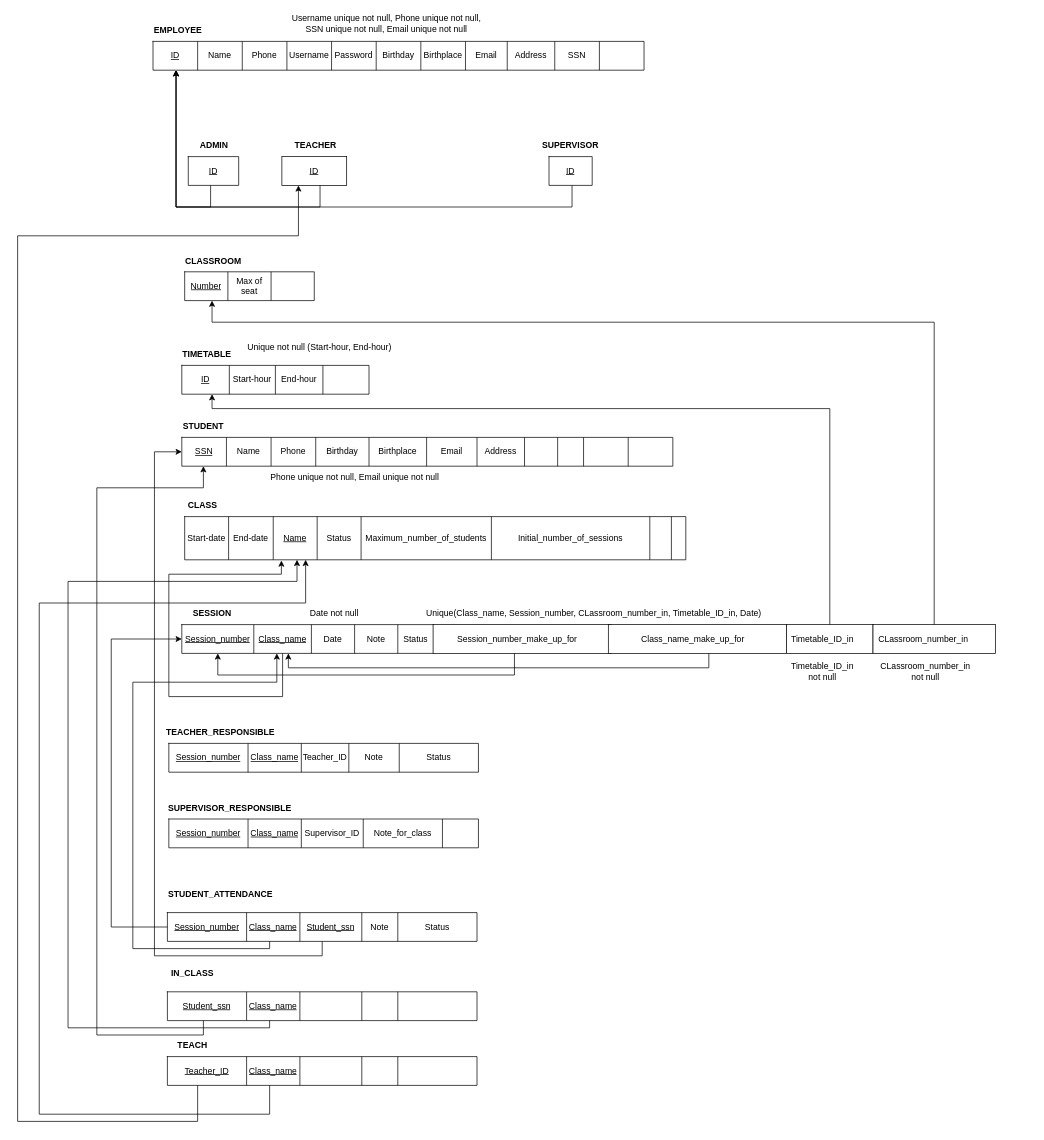
Before: Week 3/Mapping.drawio in astr0tas/English-Center-Attendance-Check, a draw.io diagram. Source tidied: cells renumbered, new cells numbered last; positions are measured from the earlier drawing's top-left corner, leaving out a move shared by most shapes. Both pictures are drawn from the tidied source at 72%, with x=0, y=0 at pixel (17, 12).
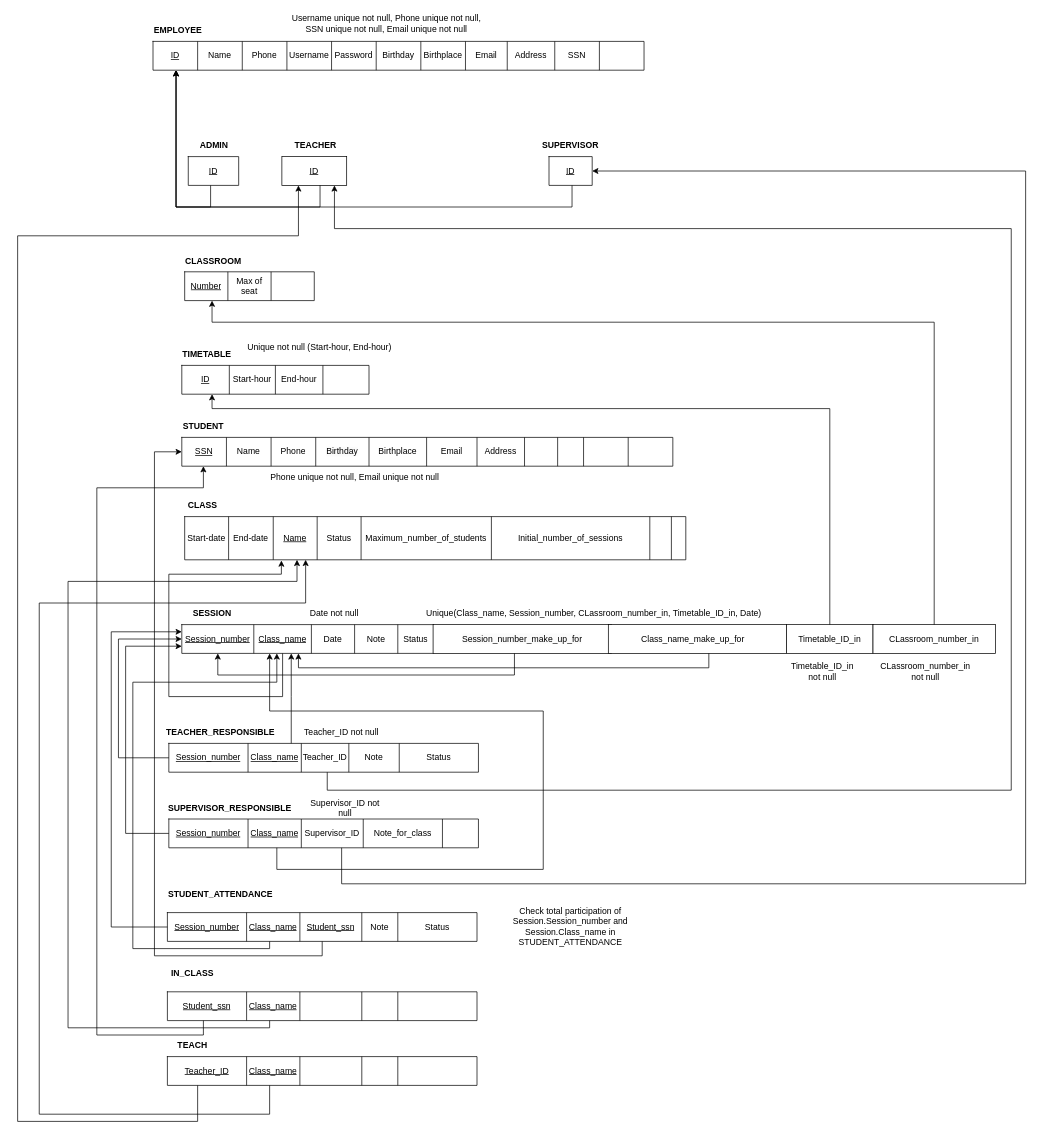
Above is the later version.

The change refers to these unchanged cells:
```xml
<mxCell id="42" value="&lt;u style=&quot;border-color: var(--border-color);&quot;&gt;Session_number&lt;/u&gt;" style="shape=partialRectangle;html=1;whiteSpace=wrap;strokeColor=inherit;overflow=hidden;fillColor=none;top=0;left=0;bottom=0;right=0;" parent="41" vertex="1">
  <mxGeometry width="100" height="40" as="geometry" />
</mxCell>
<mxCell id="43" value="&lt;u style=&quot;border-color: var(--border-color);&quot;&gt;Class_name&lt;/u&gt;" style="shape=partialRectangle;html=1;whiteSpace=wrap;strokeColor=inherit;overflow=hidden;fillColor=none;top=0;left=0;bottom=0;right=0;" parent="41" vertex="1">
  <mxGeometry x="100" width="80" height="40" as="geometry" />
</mxCell>
<mxCell id="48" style="group;" parent="1" vertex="1">
  <mxGeometry x="598" y="840" width="400" height="50" as="geometry" />
</mxCell>
<mxCell id="56" style="rounded=0;whiteSpace=wrap;html=1;" parent="54" vertex="1">
  <mxGeometry x="12.4" y="10" width="247.6" height="40" as="geometry" />
</mxCell>
<mxCell id="61" style="shape=tableRow;horizontal=0;startSize=0;swimlaneHead=0;swimlaneBody=0;strokeColor=inherit;top=0;left=0;bottom=0;right=0;fillColor=none;points=[[0,0.5],[1,0.5]];portConstraint=eastwest;" parent="60" vertex="1">
  <mxGeometry width="430" height="40" as="geometry" />
</mxCell>
<mxCell id="69" style="shape=tableRow;horizontal=0;startSize=0;swimlaneHead=0;swimlaneBody=0;strokeColor=inherit;top=0;left=0;bottom=0;right=0;fillColor=none;points=[[0,0.5],[1,0.5]];portConstraint=eastwest;" parent="68" vertex="1">
  <mxGeometry width="430" height="40" as="geometry" />
</mxCell>
<mxCell id="77" style="shape=tableRow;horizontal=0;startSize=0;swimlaneHead=0;swimlaneBody=0;strokeColor=inherit;top=0;left=0;bottom=0;right=0;fillColor=none;points=[[0,0.5],[1,0.5]];portConstraint=eastwest;" parent="76" vertex="1">
  <mxGeometry width="430" height="40" as="geometry" />
</mxCell>
<mxCell id="120" style="shape=tableRow;horizontal=0;startSize=0;swimlaneHead=0;swimlaneBody=0;strokeColor=inherit;top=0;left=0;bottom=0;right=0;fillColor=none;points=[[0,0.5],[1,0.5]];portConstraint=eastwest;" parent="119" vertex="1">
  <mxGeometry width="60" height="40" as="geometry" />
</mxCell>
<mxCell id="123" value="&lt;u&gt;ID&lt;/u&gt;" style="rounded=0;whiteSpace=wrap;html=1;" parent="1" vertex="1">
  <mxGeometry x="367" y="200" width="90" height="40" as="geometry" />
</mxCell>
```

Diff of the diagram source:
```diff
@@
-    <mxCell id="49" style="rounded=0;whiteSpace=wrap;html=1;" parent="48" vertex="1">
+    <mxCell id="49" value="&lt;span style=&quot;color: rgb(0, 0, 0); font-family: Helvetica; font-size: 12px; font-style: normal; font-variant-ligatures: normal; font-variant-caps: normal; font-weight: 400; letter-spacing: normal; orphans: 2; text-align: center; text-indent: 0px; text-transform: none; widows: 2; word-spacing: 0px; -webkit-text-stroke-width: 0px; background-color: rgb(251, 251, 251); text-decoration-thickness: initial; text-decoration-style: initial; text-decoration-color: initial; float: none; display: inline !important;&quot;&gt;Session_number_make_up_for&lt;/span&gt;" style="rounded=0;whiteSpace=wrap;html=1;" parent="48" vertex="1">
       <mxGeometry x="-21" y="10" width="247.6" height="40" as="geometry" />
     </mxCell>
-    <mxCell id="50" style="group;" parent="48" vertex="1">
-      <mxGeometry x="-30" y="5" width="247.6" height="40" as="geometry" />
-    </mxCell>
-    <mxCell id="51" value="Session_number_make_up_for" style="text;html=1;strokeColor=none;fillColor=none;align=center;verticalAlign=middle;whiteSpace=wrap;rounded=0;" parent="50" vertex="1">
-      <mxGeometry x="95.7" y="10" width="60" height="30" as="geometry" />
-    </mxCell>
-    <mxCell id="52" style="rounded=0;whiteSpace=wrap;html=1;" parent="1" vertex="1">
+    <mxCell id="52" value="Timetable_ID_in" style="rounded=0;whiteSpace=wrap;html=1;" parent="1" vertex="1">
       <mxGeometry x="1068" y="850" width="120" height="40" as="geometry" />
     </mxCell>
-    <mxCell id="53" value="Timetable_ID_in" style="text;html=1;strokeColor=none;fillColor=none;align=center;verticalAlign=middle;whiteSpace=wrap;rounded=0;" parent="1" vertex="1">
-      <mxGeometry x="1088" y="855" width="60" height="30" as="geometry" />
-    </mxCell>
@@
-    <mxCell id="58" style="rounded=0;whiteSpace=wrap;html=1;" parent="1" vertex="1">
+    <mxCell id="58" value="CLassroom_number_in" style="rounded=0;whiteSpace=wrap;html=1;" parent="1" vertex="1">
       <mxGeometry x="1188" y="850" width="170" height="40" as="geometry" />
     </mxCell>
-    <mxCell id="59" value="CLassroom_number_in" style="text;html=1;strokeColor=none;fillColor=none;align=center;verticalAlign=middle;whiteSpace=wrap;rounded=0;" parent="1" vertex="1">
-      <mxGeometry x="1228" y="855" width="60" height="30" as="geometry" />
-    </mxCell>
@@
     <mxCell id="138" style="endArrow=classic;html=1;rounded=0;edgeStyle=orthogonalEdgeStyle;" parent="1" edge="1" source="56" target="43">
       <mxGeometry relative="1" as="geometry">
         <Array as="points">
           <mxPoint x="960" y="910" />
-          <mxPoint x="376" y="910" />
+          <mxPoint x="390" y="910" />
         </Array>
       </mxGeometry>
     </mxCell>
     <mxCell id="139" style="endArrow=classic;html=1;rounded=0;edgeStyle=orthogonalEdgeStyle;" parent="1" edge="1" source="77" target="42">
       <mxGeometry relative="1" as="geometry">
         <Array as="points">
           <mxPoint x="130" y="1270" />
-          <mxPoint x="130" y="870" />
+          <mxPoint x="130" y="860" />
         </Array>
       </mxGeometry>
     </mxCell>
@@
+    <mxCell id="146" value="Check total participation of Session.Session_number and Session.Class_name in STUDENT_ATTENDANCE" style="text;html=1;strokeColor=none;fillColor=none;align=center;verticalAlign=middle;whiteSpace=wrap;rounded=0;" parent="1" vertex="1">
+      <mxGeometry x="633" y="1255" width="270" height="30" as="geometry" />
+    </mxCell>
+    <mxCell id="147" style="endArrow=classic;html=1;rounded=0;edgeStyle=orthogonalEdgeStyle;" parent="1" edge="1" source="61" target="42">
+      <mxGeometry relative="1" as="geometry">
+        <Array as="points">
+          <mxPoint x="140" y="1035" />
+          <mxPoint x="140" y="870" />
+        </Array>
+      </mxGeometry>
+    </mxCell>
+    <mxCell id="148" style="endArrow=classic;html=1;rounded=0;edgeStyle=orthogonalEdgeStyle;" parent="1" edge="1" source="69" target="42">
+      <mxGeometry relative="1" as="geometry">
+        <Array as="points">
+          <mxPoint x="150" y="1140" />
+          <mxPoint x="150" y="880" />
+        </Array>
+      </mxGeometry>
+    </mxCell>
+    <mxCell id="149" style="endArrow=classic;html=1;rounded=0;edgeStyle=orthogonalEdgeStyle;" parent="1" edge="1" source="61" target="43">
+      <mxGeometry relative="1" as="geometry">
+        <Array as="points">
+          <mxPoint x="380" y="950" />
+          <mxPoint x="380" y="950" />
+        </Array>
+      </mxGeometry>
+    </mxCell>
+    <mxCell id="150" style="endArrow=classic;html=1;rounded=0;edgeStyle=orthogonalEdgeStyle;" parent="1" edge="1" source="69" target="43">
+      <mxGeometry relative="1" as="geometry">
+        <Array as="points">
+          <mxPoint x="360" y="1190" />
+          <mxPoint x="730" y="1190" />
+          <mxPoint x="730" y="970" />
+          <mxPoint x="350" y="970" />
+        </Array>
+      </mxGeometry>
+    </mxCell>
+    <mxCell id="151" value="Teacher_ID not null" style="text;html=1;strokeColor=none;fillColor=none;align=center;verticalAlign=middle;whiteSpace=wrap;rounded=0;" parent="1" vertex="1">
+      <mxGeometry x="395" y="985" width="110" height="30" as="geometry" />
+    </mxCell>
+    <mxCell id="152" value="Supervisor_ID not null" style="text;html=1;strokeColor=none;fillColor=none;align=center;verticalAlign=middle;whiteSpace=wrap;rounded=0;" parent="1" vertex="1">
+      <mxGeometry x="395" y="1090" width="120" height="30" as="geometry" />
+    </mxCell>
+    <mxCell id="153" style="endArrow=classic;html=1;rounded=0;edgeStyle=orthogonalEdgeStyle;" parent="1" edge="1" source="69" target="120">
+      <mxGeometry relative="1" as="geometry">
+        <Array as="points">
+          <mxPoint x="450" y="1210" />
+          <mxPoint x="1400" y="1210" />
+          <mxPoint x="1400" y="220" />
+        </Array>
+      </mxGeometry>
+    </mxCell>
+    <mxCell id="154" style="endArrow=classic;html=1;rounded=0;edgeStyle=orthogonalEdgeStyle;" parent="1" edge="1" source="61" target="123">
+      <mxGeometry relative="1" as="geometry">
+        <Array as="points">
+          <mxPoint x="430" y="1080" />
+          <mxPoint x="1380" y="1080" />
+          <mxPoint x="1380" y="300" />
+          <mxPoint x="440" y="300" />
+        </Array>
+      </mxGeometry>
+    </mxCell>
```
